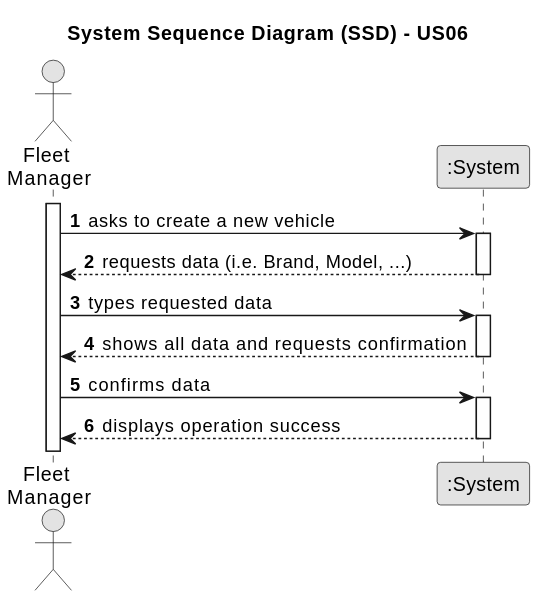
Earlier version of the PlantUML export docs/sprintB/us06/01.requirements-engineering/svg/us06-system-sequence-diagram.svg (Paulo-Pereira-at-ISEP/lei-24-s2-1nanb-g321). The source it was exported from:
```plantuml
@startuml
skinparam monochrome true
skinparam packageStyle rectangle
skinparam shadowing false

title System Sequence Diagram (SSD) - US06

autonumber

actor "Fleet \nManager" as Employee
participant ":System" as System

activate Employee

    Employee -> System : asks to create a new vehicle
    activate System

        System --> Employee : requests data (i.e. Brand, Model, ...)
    deactivate System

    Employee -> System : types requested data
    activate System

        System --> Employee : shows all data and requests confirmation
    deactivate System

    Employee -> System : confirms data
    activate System

        System --> Employee : displays operation success
    deactivate System
@enduml
```
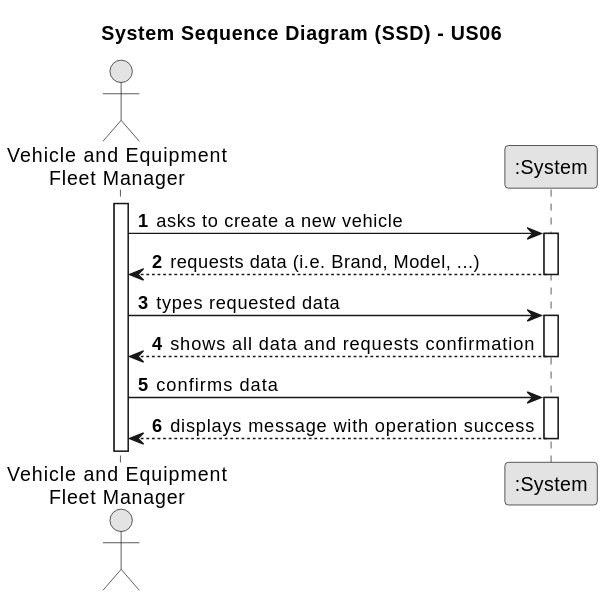
The same diagram one commit later.

What changed in the source:
```diff
@@ -7,7 +7,7 @@
 
 autonumber
 
-actor "Fleet \nManager" as Employee
+actor "Vehicle and Equipment\nFleet Manager" as Employee
 participant ":System" as System
 
 activate Employee
@@ -27,6 +27,6 @@
     Employee -> System : confirms data
     activate System
 
-        System --> Employee : displays operation success
+        System --> Employee : displays message with operation success
     deactivate System
 @enduml
```
